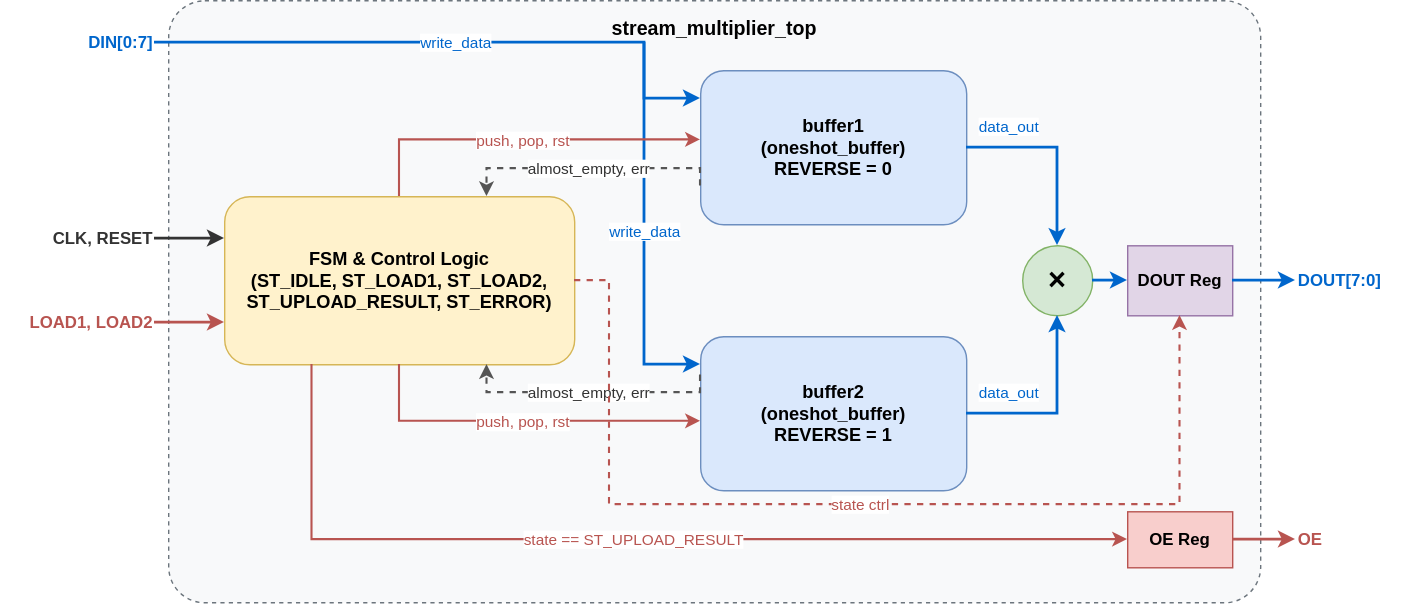
This is resources/architecture.drawio.svg from SergeRuff/stream_multiplier, a draw.io export, as it was before one commit. Source tidied: cells renumbered, new cells last; positions are measured from the earlier drawing's top-left corner, leaving out a move shared by most shapes.
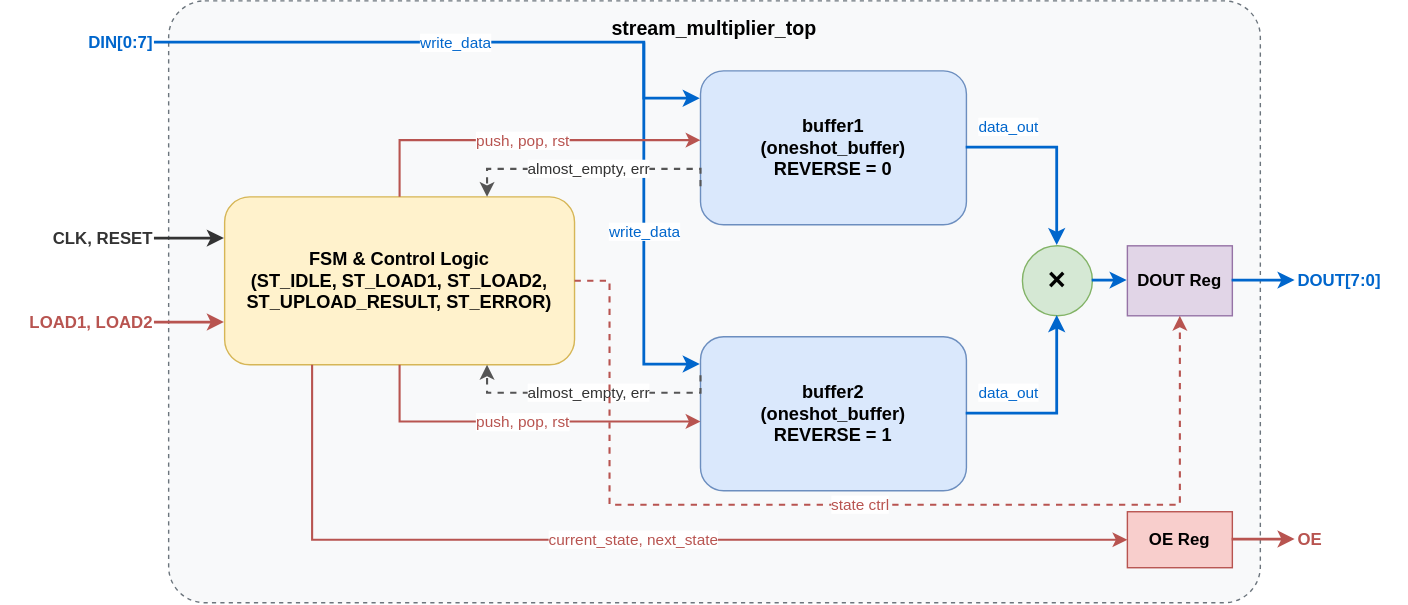
The same file after the commit.

Diff of the diagram source:
```diff
@@ -111,7 +111,7 @@
         </Array>
       </mxGeometry>
     </mxCell>
-    <mxCell id="26" value="state == ST_UPLOAD_RESULT" style="edgeStyle=orthogonalEdgeStyle;rounded=0;jettySize=auto;html=1;exitX=0.25;exitY=1;entryX=0;entryY=0.5;strokeColor=#b85450;strokeWidth=1.5;fontColor=#b85450;fontSize=11;" parent="1" edge="1" source="3" target="8">
+    <mxCell id="26" value="current_state, next_state&amp;nbsp;" style="edgeStyle=orthogonalEdgeStyle;rounded=0;jettySize=auto;html=1;exitX=0.25;exitY=1;entryX=0;entryY=0.5;strokeColor=#b85450;strokeWidth=1.5;fontColor=#b85450;fontSize=11;" parent="1" edge="1" source="3" target="8">
       <mxGeometry relative="1" as="geometry">
         <Array as="points">
           <mxPoint x="223" y="385" />
```
